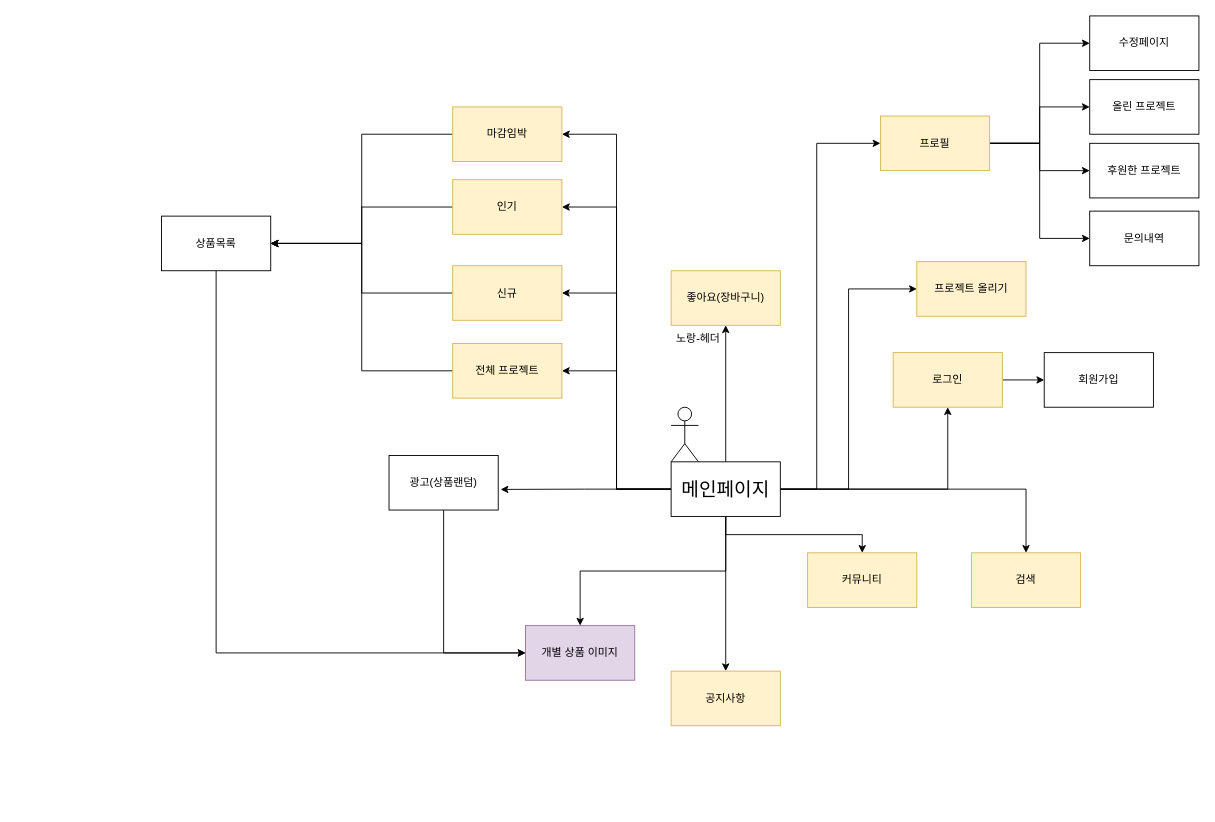
Before: 제목 없는 다이어그램.drawio in 1009god/kh-4team, a draw.io diagram. Source tidied: cells renumbered, new cells numbered last; positions are measured from the earlier drawing's top-left corner, leaving out a move shared by most shapes. Both pictures are drawn from the tidied source at 91%, with x=0, y=0 at pixel (161, 15).
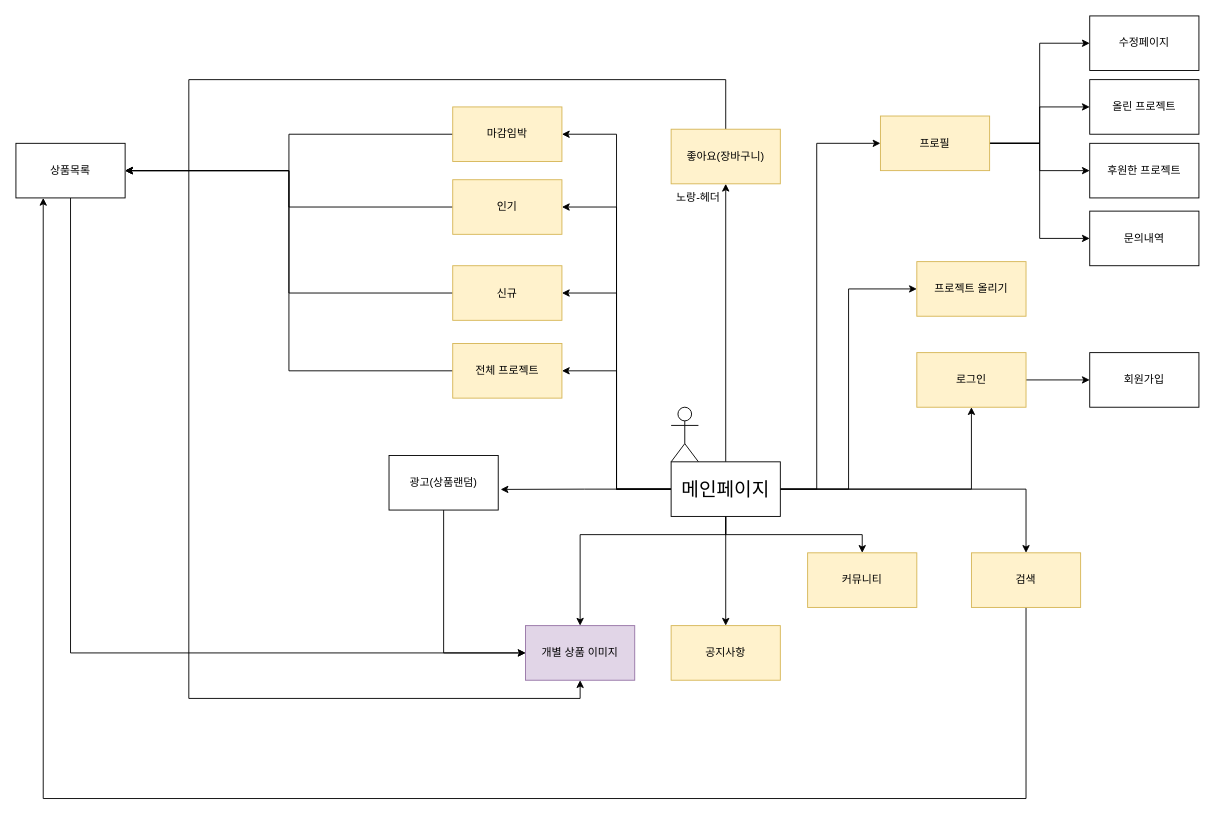
The same page after the edit.

Commit message:
제목 없는 다이어그램.drawio 업데이트

The change refers to these unchanged cells:
```xml
<mxCell id="16" value="&lt;font style=&quot;font-size: 21px;&quot;&gt;메인페이지&lt;/font&gt;" style="rounded=0;whiteSpace=wrap;html=1;" parent="1" vertex="1">
  <mxGeometry x="560" y="490" width="120" height="60" as="geometry" />
</mxCell>
<mxCell id="27" value="개별 상품 이미지" style="rounded=0;whiteSpace=wrap;html=1;fillColor=#e1d5e7;strokeColor=#9673a6;" parent="1" vertex="1">
  <mxGeometry x="400" y="670" width="120" height="60" as="geometry" />
</mxCell>
<mxCell id="44" value="마감임박" style="rounded=0;whiteSpace=wrap;html=1;fillColor=#fff2cc;strokeColor=#d6b656;" parent="1" vertex="1">
  <mxGeometry x="320" y="100" width="120" height="60" as="geometry" />
</mxCell>
<mxCell id="45" value="검색" style="rounded=0;whiteSpace=wrap;html=1;fillColor=#fff2cc;strokeColor=#d6b656;" parent="1" vertex="1">
  <mxGeometry x="890" y="590" width="120" height="60" as="geometry" />
</mxCell>
```

What changed in the source:
```diff
@@
     <mxCell id="5" style="edgeStyle=orthogonalEdgeStyle;rounded=0;jettySize=auto;html=1;exitX=0.5;exitY=1;exitDx=0;exitDy=0;" parent="1" edge="1" source="16" target="27">
-      <mxGeometry relative="1" as="geometry" />
+      <mxGeometry relative="1" as="geometry">
+        <Array as="points">
+          <mxPoint x="620" y="570" />
+          <mxPoint x="460" y="570" />
+        </Array>
+      </mxGeometry>
     </mxCell>
@@
     <mxCell id="14" style="edgeStyle=orthogonalEdgeStyle;rounded=0;jettySize=auto;html=1;exitX=0;exitY=0.5;exitDx=0;exitDy=0;entryX=1;entryY=0.5;entryDx=0;entryDy=0;" parent="1" edge="1" source="16" target="44">
-      <mxGeometry relative="1" as="geometry" />
+      <mxGeometry relative="1" as="geometry">
+        <Array as="points">
+          <mxPoint x="500" y="520" />
+          <mxPoint x="500" y="130" />
+        </Array>
+      </mxGeometry>
     </mxCell>
@@
+    <mxCell id="48" style="edgeStyle=orthogonalEdgeStyle;rounded=0;jettySize=auto;html=1;exitX=0.5;exitY=0;exitDx=0;exitDy=0;entryX=0.5;entryY=1;entryDx=0;entryDy=0;" parent="1" edge="1" source="26" target="27">
+      <mxGeometry relative="1" as="geometry">
+        <Array as="points">
+          <mxPoint x="620" y="70" />
+          <mxPoint x="30" y="70" />
+          <mxPoint x="30" y="750" />
+          <mxPoint x="460" y="750" />
+        </Array>
+      </mxGeometry>
+    </mxCell>
     <mxCell id="26" value="좋아요(장바구니)" style="rounded=0;whiteSpace=wrap;html=1;fillColor=#fff2cc;strokeColor=#d6b656;" parent="1" vertex="1">
-      <mxGeometry x="560" y="280" width="120" height="60" as="geometry" />
+      <mxGeometry x="560" y="124.5" width="120" height="60" as="geometry" />
     </mxCell>
@@
     <mxCell id="30" value="노랑-헤더" style="text;html=1;strokeColor=none;fillColor=none;align=center;verticalAlign=middle;whiteSpace=wrap;rounded=0;" parent="1" vertex="1">
-      <mxGeometry x="560" y="340" width="60" height="30" as="geometry" />
+      <mxGeometry x="560" y="184.5" width="60" height="30" as="geometry" />
     </mxCell>
@@
     <mxCell id="32" value="공지사항" style="rounded=0;whiteSpace=wrap;html=1;fillColor=#fff2cc;strokeColor=#d6b656;" parent="1" vertex="1">
-      <mxGeometry x="560" y="720" width="120" height="60" as="geometry" />
+      <mxGeometry x="560" y="670" width="120" height="60" as="geometry" />
     </mxCell>
@@
     <mxCell id="35" value="로그인" style="rounded=0;whiteSpace=wrap;html=1;fillColor=#fff2cc;strokeColor=#d6b656;" parent="1" vertex="1">
-      <mxGeometry x="804" y="370" width="120" height="60" as="geometry" />
+      <mxGeometry x="830" y="370" width="120" height="60" as="geometry" />
     </mxCell>
     <mxCell id="36" value="회원가입" style="rounded=0;whiteSpace=wrap;html=1;" parent="1" vertex="1">
-      <mxGeometry x="970" y="370" width="120" height="60" as="geometry" />
+      <mxGeometry x="1020" y="370" width="120" height="60" as="geometry" />
     </mxCell>
@@
+    <mxCell id="49" style="edgeStyle=orthogonalEdgeStyle;rounded=0;jettySize=auto;html=1;exitX=0.5;exitY=1;exitDx=0;exitDy=0;entryX=0.25;entryY=1;entryDx=0;entryDy=0;" parent="1" edge="1" source="45" target="47">
+      <mxGeometry relative="1" as="geometry">
+        <Array as="points">
+          <mxPoint x="950" y="860" />
+          <mxPoint x="-130" y="860" />
+        </Array>
+      </mxGeometry>
+    </mxCell>
@@
     <mxCell id="47" value="상품목록" style="rounded=0;whiteSpace=wrap;html=1;" parent="1" vertex="1">
-      <mxGeometry y="220" width="120" height="60" as="geometry" />
+      <mxGeometry x="-160" y="140" width="120" height="60" as="geometry" />
     </mxCell>
```
